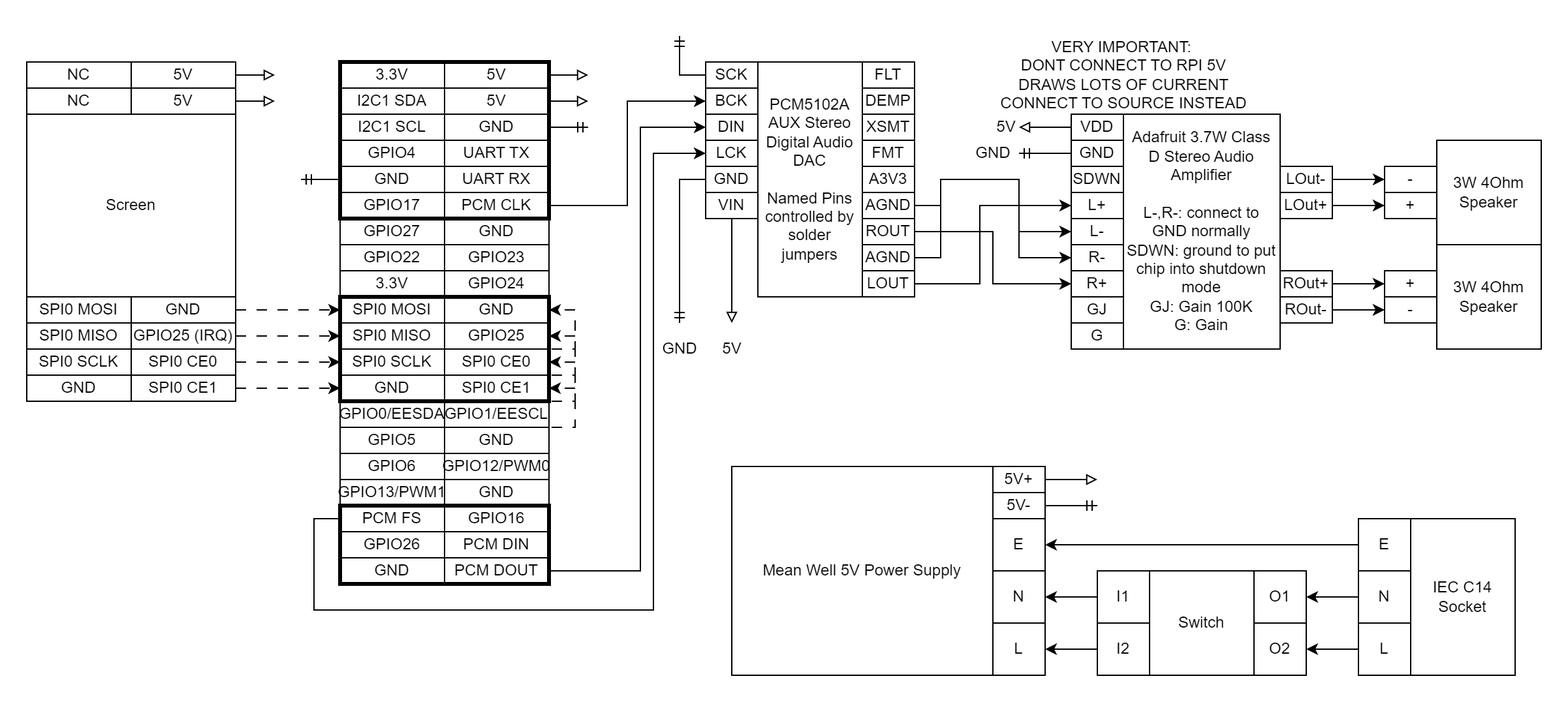
Earlier version of the draw.io export cad/keys-wiring.drawio.png (starmaid/rpi-synth). Source tidied: cells renumbered, new cells last; positions are measured from the earlier drawing's top-left corner, leaving out a move shared by most shapes.
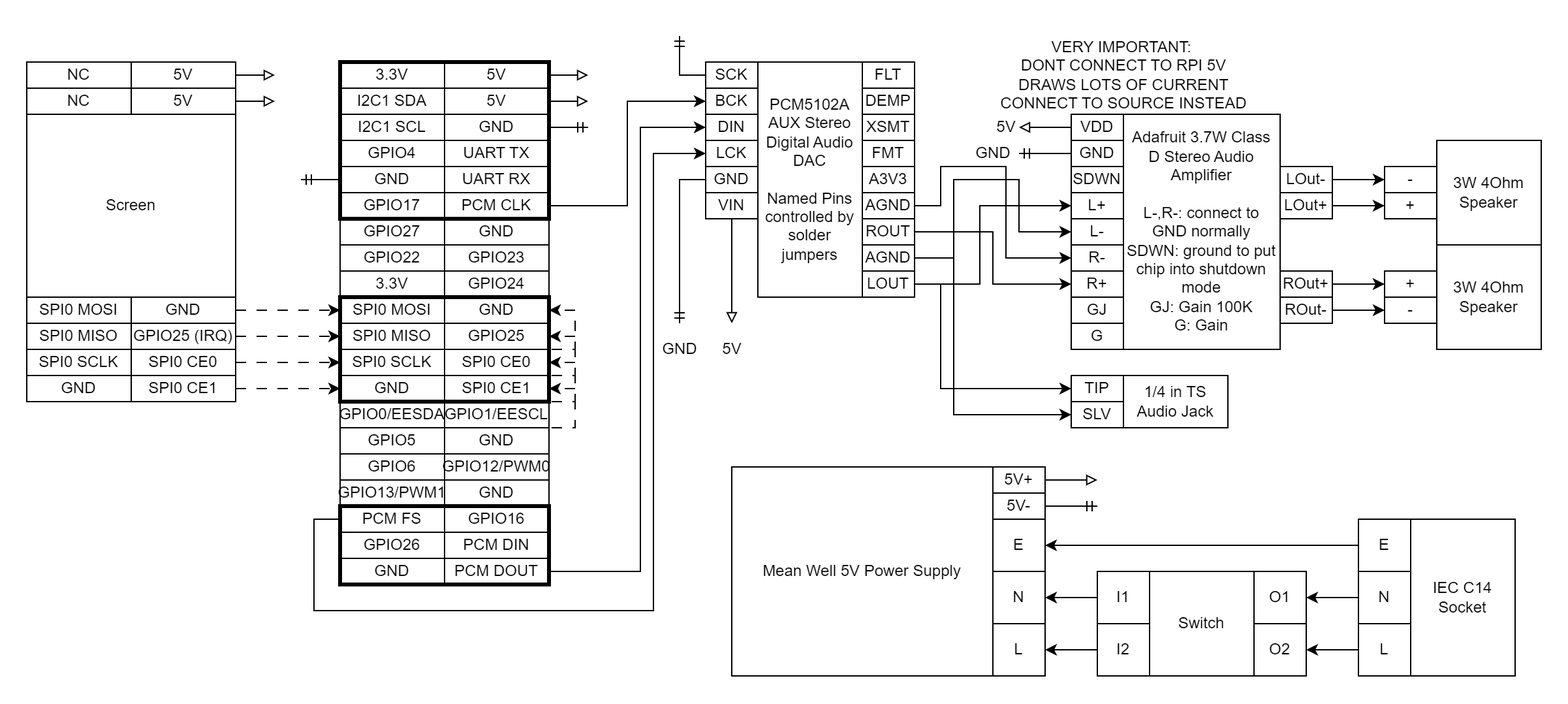
Above is the later version.

Diff of the diagram source:
```diff
@@ -370,13 +370,21 @@
     <mxCell id="110" style="edgeStyle=orthogonalEdgeStyle;rounded=0;jettySize=auto;html=1;entryX=0;entryY=0.5;entryDx=0;entryDy=0;" parent="1" edge="1" source="111" target="82">
       <mxGeometry relative="1" as="geometry">
         <Array as="points">
-          <mxPoint x="700" y="175" />
-          <mxPoint x="700" y="115" />
+          <mxPoint x="710" y="175" />
+          <mxPoint x="710" y="115" />
           <mxPoint x="760" y="115" />
           <mxPoint x="760" y="155" />
         </Array>
       </mxGeometry>
     </mxCell>
+    <mxCell id="152" style="edgeStyle=orthogonalEdgeStyle;rounded=0;jettySize=auto;html=1;entryX=0;entryY=0.5;entryDx=0;entryDy=0;" parent="1" edge="1" source="111" target="156">
+      <mxGeometry relative="1" as="geometry">
+        <Array as="points">
+          <mxPoint x="710" y="175" />
+          <mxPoint x="710" y="295" />
+        </Array>
+      </mxGeometry>
+    </mxCell>
     <mxCell id="111" value="AGND" style="rounded=0;whiteSpace=wrap;html=1;rotation=0;" parent="1" vertex="1">
       <mxGeometry x="640" y="165" width="40" height="20" as="geometry" />
     </mxCell>
@@ -395,9 +403,9 @@
       <mxGeometry relative="1" as="geometry">
         <Array as="points">
           <mxPoint x="700" y="135" />
-          <mxPoint x="700" y="115" />
-          <mxPoint x="760" y="115" />
-          <mxPoint x="760" y="175" />
+          <mxPoint x="700" y="105" />
+          <mxPoint x="750" y="105" />
+          <mxPoint x="750" y="175" />
         </Array>
       </mxGeometry>
     </mxCell>
@@ -412,6 +420,14 @@
         </Array>
       </mxGeometry>
     </mxCell>
+    <mxCell id="153" style="edgeStyle=orthogonalEdgeStyle;rounded=0;jettySize=auto;html=1;entryX=0;entryY=0.5;entryDx=0;entryDy=0;" parent="1" edge="1" source="117" target="155">
+      <mxGeometry relative="1" as="geometry">
+        <Array as="points">
+          <mxPoint x="700" y="195" />
+          <mxPoint x="700" y="275" />
+        </Array>
+      </mxGeometry>
+    </mxCell>
     <mxCell id="117" value="LOUT" style="rounded=0;whiteSpace=wrap;html=1;rotation=0;" parent="1" vertex="1">
       <mxGeometry x="640" y="185" width="40" height="20" as="geometry" />
     </mxCell>
@@ -509,6 +525,15 @@
     <mxCell id="147" value="VERY IMPORTANT:&amp;nbsp;&lt;br&gt;DONT CONNECT TO RPI 5V&lt;br&gt;DRAWS LOTS OF CURRENT&lt;br&gt;CONNECT TO SOURCE INSTEAD" style="text;html=1;align=center;verticalAlign=middle;strokeColor=none;fillColor=none;" parent="1" vertex="1">
       <mxGeometry x="735" width="210" height="70" as="geometry" />
     </mxCell>
+    <mxCell id="154" value="1/4 in TS Audio Jack" style="rounded=0;whiteSpace=wrap;html=1;" parent="1" vertex="1">
+      <mxGeometry x="840" y="265" width="80" height="40" as="geometry" />
+    </mxCell>
+    <mxCell id="155" value="TIP" style="rounded=0;whiteSpace=wrap;html=1;rotation=0;" parent="1" vertex="1">
+      <mxGeometry x="800" y="265" width="40" height="20" as="geometry" />
+    </mxCell>
+    <mxCell id="156" value="SLV" style="rounded=0;whiteSpace=wrap;html=1;rotation=0;" parent="1" vertex="1">
+      <mxGeometry x="800" y="285" width="40" height="20" as="geometry" />
+    </mxCell>
     <mxCell id="148" value="conectors" parent="0" />
     <mxCell id="149" style="rounded=0;whiteSpace=wrap;html=1;fillColor=none;strokeWidth=3;" parent="148" vertex="1">
       <mxGeometry x="240" y="25" width="160" height="120" as="geometry" />
```
